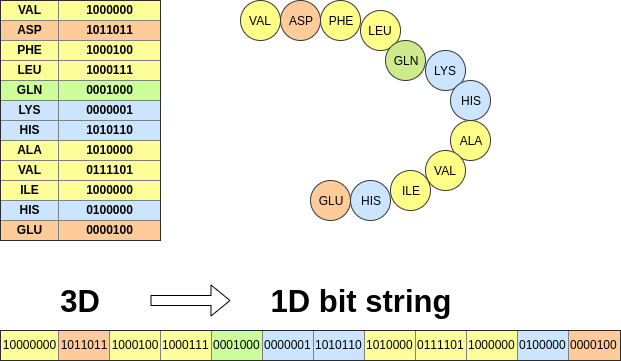
Earlier version of the draw.io export talktorials/11_online_apis/images/InteractionFingerprint_2.png (volkamerlab/teachopencadd). Source tidied: cells renumbered, new cells last; positions are measured from the earlier drawing's top-left corner, leaving out a move shared by most shapes. The source it was exported from:
```xml
<mxGraphModel>
  <root>
    <mxCell id="0" />
    <mxCell id="1" parent="0" />
    <mxCell id="2" value="&lt;table border=&quot;1&quot; width=&quot;100%&quot; style=&quot;width: 100% ; height: 100% ; border-collapse: collapse&quot;&gt;&lt;tbody&gt;&lt;tr&gt;&lt;td style=&quot;background-color: rgb(255 , 255 , 153)&quot;&gt;&lt;b&gt;VAL&lt;/b&gt;&lt;/td&gt;&lt;td style=&quot;background-color: rgb(255 , 255 , 153)&quot;&gt;&lt;b&gt;1000000&lt;/b&gt;&lt;/td&gt;&lt;/tr&gt;&lt;tr&gt;&lt;td style=&quot;background-color: rgb(255 , 204 , 153)&quot;&gt;&lt;b&gt;ASP&lt;/b&gt;&lt;/td&gt;&lt;td style=&quot;background-color: rgb(255 , 204 , 153)&quot;&gt;&lt;b&gt;1011011&lt;/b&gt;&lt;/td&gt;&lt;/tr&gt;&lt;tr&gt;&lt;td style=&quot;background-color: rgb(255 , 255 , 153)&quot;&gt;&lt;b&gt;PHE&lt;/b&gt;&lt;/td&gt;&lt;td style=&quot;background-color: rgb(255 , 255 , 153)&quot;&gt;&lt;b&gt;1000100&lt;/b&gt;&lt;/td&gt;&lt;/tr&gt;&lt;tr&gt;&lt;td style=&quot;background-color: rgb(255 , 255 , 153)&quot;&gt;&lt;b&gt;LEU&lt;/b&gt;&lt;/td&gt;&lt;td style=&quot;background-color: rgb(255 , 255 , 153)&quot;&gt;&lt;b&gt;1000111&lt;/b&gt;&lt;/td&gt;&lt;/tr&gt;&lt;tr&gt;&lt;td style=&quot;background-color: rgb(204 , 255 , 153)&quot;&gt;&lt;b&gt;GLN&lt;/b&gt;&lt;/td&gt;&lt;td style=&quot;background-color: rgb(204 , 255 , 153)&quot;&gt;&lt;b&gt;0001000&lt;/b&gt;&lt;/td&gt;&lt;/tr&gt;&lt;tr&gt;&lt;td style=&quot;background-color: rgb(204 , 229 , 255)&quot;&gt;&lt;b&gt;LYS&lt;/b&gt;&lt;/td&gt;&lt;td style=&quot;background-color: rgb(204 , 229 , 255)&quot;&gt;&lt;b&gt;0000001&lt;/b&gt;&lt;/td&gt;&lt;/tr&gt;&lt;tr&gt;&lt;td style=&quot;background-color: rgb(204 , 229 , 255)&quot;&gt;&lt;b&gt;HIS&lt;/b&gt;&lt;/td&gt;&lt;td style=&quot;background-color: rgb(204 , 229 , 255)&quot;&gt;&lt;b&gt;1010110&lt;/b&gt;&lt;/td&gt;&lt;/tr&gt;&lt;tr&gt;&lt;td style=&quot;background-color: rgb(255 , 255 , 153)&quot;&gt;&lt;b&gt;ALA&lt;/b&gt;&lt;/td&gt;&lt;td style=&quot;background-color: rgb(255 , 255 , 153)&quot;&gt;&lt;b&gt;1010000&lt;/b&gt;&lt;/td&gt;&lt;/tr&gt;&lt;tr&gt;&lt;td style=&quot;background-color: rgb(255 , 255 , 153)&quot;&gt;&lt;b&gt;VAL&lt;/b&gt;&lt;/td&gt;&lt;td style=&quot;background-color: rgb(255 , 255 , 153)&quot;&gt;&lt;b&gt;0111101&lt;/b&gt;&lt;/td&gt;&lt;/tr&gt;&lt;tr&gt;&lt;td style=&quot;background-color: rgb(255 , 255 , 153)&quot;&gt;&lt;b&gt;ILE&lt;/b&gt;&lt;/td&gt;&lt;td style=&quot;background-color: rgb(255 , 255 , 153)&quot;&gt;&lt;b&gt;1000000&lt;/b&gt;&lt;/td&gt;&lt;/tr&gt;&lt;tr&gt;&lt;td style=&quot;background-color: rgb(204 , 229 , 255)&quot;&gt;&lt;b&gt;HIS&lt;/b&gt;&lt;/td&gt;&lt;td style=&quot;background-color: rgb(204 , 229 , 255)&quot;&gt;&lt;b&gt;0100000&lt;/b&gt;&lt;/td&gt;&lt;/tr&gt;&lt;tr&gt;&lt;td style=&quot;background-color: rgb(255 , 204 , 153)&quot;&gt;&lt;b&gt;GLU&lt;/b&gt;&lt;/td&gt;&lt;td style=&quot;background-color: rgb(255 , 204 , 153)&quot;&gt;&lt;b&gt;0000100&lt;/b&gt;&lt;/td&gt;&lt;/tr&gt;&lt;/tbody&gt;&lt;/table&gt;" style="text;html=1;strokeColor=none;fillColor=none;overflow=fill;align=center;" parent="1" vertex="1">
      <mxGeometry width="160" height="240" as="geometry" />
    </mxCell>
    <mxCell id="3" value="3D" style="text;html=1;strokeColor=none;fillColor=none;align=center;verticalAlign=middle;whiteSpace=wrap;rounded=0;fontStyle=1;fontSize=31;" parent="1" vertex="1">
      <mxGeometry x="40" y="280" width="80" height="40" as="geometry" />
    </mxCell>
    <mxCell id="4" value="1D bit string" style="text;html=1;strokeColor=none;fillColor=none;align=center;verticalAlign=middle;whiteSpace=wrap;rounded=0;fontStyle=1;fontSize=31;" parent="1" vertex="1">
      <mxGeometry x="240" y="280" width="240" height="40" as="geometry" />
    </mxCell>
    <mxCell id="5" style="shape=flexArrow;endArrow=classic;html=1;fontSize=31;" parent="1" edge="1">
      <mxGeometry relative="1" as="geometry">
        <mxPoint x="150" y="300" as="sourcePoint" />
        <mxPoint x="230" y="300" as="targetPoint" />
      </mxGeometry>
    </mxCell>
    <mxCell id="6" style="ellipse;whiteSpace=wrap;html=1;fontSize=12;fillColor=#ffff88;strokeColor=#36393d;" parent="1" vertex="1">
      <mxGeometry x="240" width="40" height="40" as="geometry" />
    </mxCell>
    <mxCell id="7" style="ellipse;whiteSpace=wrap;html=1;fontSize=12;fillColor=#ffcc99;strokeColor=#36393d;" parent="1" vertex="1">
      <mxGeometry x="280" width="40" height="40" as="geometry" />
    </mxCell>
    <mxCell id="8" style="ellipse;whiteSpace=wrap;html=1;fontSize=12;fillColor=#ffff88;strokeColor=#36393d;" parent="1" vertex="1">
      <mxGeometry x="320" width="40" height="40" as="geometry" />
    </mxCell>
    <mxCell id="9" style="ellipse;whiteSpace=wrap;html=1;fontSize=12;fillColor=#ffff88;strokeColor=#36393d;" parent="1" vertex="1">
      <mxGeometry x="360" y="10" width="40" height="40" as="geometry" />
    </mxCell>
    <mxCell id="10" style="ellipse;whiteSpace=wrap;html=1;fontSize=12;fillColor=#cdeb8b;strokeColor=#36393d;" parent="1" vertex="1">
      <mxGeometry x="385" y="40" width="40" height="40" as="geometry" />
    </mxCell>
    <mxCell id="11" style="ellipse;whiteSpace=wrap;html=1;fontSize=12;fillColor=#cce5ff;strokeColor=#36393d;" parent="1" vertex="1">
      <mxGeometry x="425" y="50" width="40" height="40" as="geometry" />
    </mxCell>
    <mxCell id="12" style="ellipse;whiteSpace=wrap;html=1;fontSize=12;fillColor=#cce5ff;strokeColor=#36393d;" parent="1" vertex="1">
      <mxGeometry x="450" y="80" width="40" height="40" as="geometry" />
    </mxCell>
    <mxCell id="13" style="ellipse;whiteSpace=wrap;html=1;fontSize=12;fillColor=#ffff88;strokeColor=#36393d;" parent="1" vertex="1">
      <mxGeometry x="450" y="120" width="40" height="40" as="geometry" />
    </mxCell>
    <mxCell id="14" style="ellipse;whiteSpace=wrap;html=1;fontSize=12;fillColor=#ffff88;strokeColor=#36393d;" parent="1" vertex="1">
      <mxGeometry x="425" y="150" width="40" height="40" as="geometry" />
    </mxCell>
    <mxCell id="15" style="ellipse;whiteSpace=wrap;html=1;fontSize=12;fillColor=#ffff88;strokeColor=#36393d;" parent="1" vertex="1">
      <mxGeometry x="390" y="170" width="40" height="40" as="geometry" />
    </mxCell>
    <mxCell id="16" style="ellipse;whiteSpace=wrap;html=1;fontSize=12;fillColor=#cce5ff;strokeColor=#36393d;" parent="1" vertex="1">
      <mxGeometry x="350" y="180" width="40" height="40" as="geometry" />
    </mxCell>
    <mxCell id="17" style="ellipse;whiteSpace=wrap;html=1;fontSize=12;fillColor=#ffcc99;strokeColor=#36393d;" parent="1" vertex="1">
      <mxGeometry x="310" y="180" width="40" height="40" as="geometry" />
    </mxCell>
    <mxCell id="18" value="VAL" style="text;html=1;strokeColor=none;fillColor=none;align=center;verticalAlign=middle;whiteSpace=wrap;rounded=0;fontSize=12;" parent="1" vertex="1">
      <mxGeometry x="240" y="10" width="40" height="20" as="geometry" />
    </mxCell>
    <mxCell id="19" value="ASP" style="text;html=1;strokeColor=none;fillColor=none;align=center;verticalAlign=middle;whiteSpace=wrap;rounded=0;fontSize=12;" parent="1" vertex="1">
      <mxGeometry x="280" y="10" width="40" height="20" as="geometry" />
    </mxCell>
    <mxCell id="20" value="PHE" style="text;html=1;strokeColor=none;fillColor=none;align=center;verticalAlign=middle;whiteSpace=wrap;rounded=0;fontSize=12;" parent="1" vertex="1">
      <mxGeometry x="320" y="10" width="40" height="20" as="geometry" />
    </mxCell>
    <mxCell id="21" value="LEU" style="text;html=1;strokeColor=none;fillColor=none;align=center;verticalAlign=middle;whiteSpace=wrap;rounded=0;fontSize=12;" parent="1" vertex="1">
      <mxGeometry x="360" y="20" width="40" height="20" as="geometry" />
    </mxCell>
    <mxCell id="22" value="GLN" style="text;html=1;strokeColor=none;fillColor=none;align=center;verticalAlign=middle;whiteSpace=wrap;rounded=0;fontSize=12;" parent="1" vertex="1">
      <mxGeometry x="385" y="50" width="40" height="20" as="geometry" />
    </mxCell>
    <mxCell id="23" value="LYS" style="text;html=1;strokeColor=none;fillColor=none;align=center;verticalAlign=middle;whiteSpace=wrap;rounded=0;fontSize=12;" parent="1" vertex="1">
      <mxGeometry x="425" y="60" width="40" height="20" as="geometry" />
    </mxCell>
    <mxCell id="24" value="HIS" style="text;html=1;strokeColor=none;fillColor=none;align=center;verticalAlign=middle;whiteSpace=wrap;rounded=0;fontSize=12;" parent="1" vertex="1">
      <mxGeometry x="450" y="90" width="40" height="20" as="geometry" />
    </mxCell>
    <mxCell id="25" value="ALA" style="text;html=1;strokeColor=none;fillColor=none;align=center;verticalAlign=middle;whiteSpace=wrap;rounded=0;fontSize=12;" parent="1" vertex="1">
      <mxGeometry x="450" y="130" width="40" height="20" as="geometry" />
    </mxCell>
    <mxCell id="26" value="VAL" style="text;html=1;strokeColor=none;fillColor=none;align=center;verticalAlign=middle;whiteSpace=wrap;rounded=0;fontSize=12;" parent="1" vertex="1">
      <mxGeometry x="425" y="160" width="40" height="20" as="geometry" />
    </mxCell>
    <mxCell id="27" value="ILE" style="text;html=1;strokeColor=none;fillColor=none;align=center;verticalAlign=middle;whiteSpace=wrap;rounded=0;fontSize=12;" parent="1" vertex="1">
      <mxGeometry x="390" y="180" width="40" height="20" as="geometry" />
    </mxCell>
    <mxCell id="28" value="HIS" style="text;html=1;strokeColor=none;fillColor=none;align=center;verticalAlign=middle;whiteSpace=wrap;rounded=0;fontSize=12;" parent="1" vertex="1">
      <mxGeometry x="350" y="190" width="40" height="20" as="geometry" />
    </mxCell>
    <mxCell id="29" value="GLU" style="text;html=1;strokeColor=none;fillColor=none;align=center;verticalAlign=middle;whiteSpace=wrap;rounded=0;fontSize=12;" parent="1" vertex="1">
      <mxGeometry x="310" y="190" width="40" height="20" as="geometry" />
    </mxCell>
    <mxCell id="30" value="&lt;table border=&quot;1&quot; width=&quot;100%&quot; style=&quot;width: 100% ; height: 100% ; border-collapse: collapse&quot;&gt;&lt;tbody&gt;&lt;tr&gt;&lt;td align=&quot;center&quot; style=&quot;background-color: rgb(255 , 255 , 153)&quot;&gt;10000000&lt;/td&gt;&lt;td align=&quot;center&quot; style=&quot;background-color: rgb(255 , 204 , 153)&quot;&gt;1011011&lt;/td&gt;&lt;td align=&quot;center&quot; style=&quot;background-color: rgb(255 , 255 , 153)&quot;&gt;1000100&lt;/td&gt;&lt;td style=&quot;background-color: rgb(255 , 255 , 153)&quot;&gt;1000111&lt;/td&gt;&lt;td style=&quot;background-color: rgb(204 , 255 , 153)&quot;&gt;0001000&lt;/td&gt;&lt;td style=&quot;background-color: rgb(204 , 229 , 255)&quot;&gt;0000001&lt;/td&gt;&lt;td style=&quot;background-color: rgb(204 , 229 , 255)&quot;&gt;1010110&lt;/td&gt;&lt;td style=&quot;background-color: rgb(255 , 255 , 153)&quot;&gt;1010000&lt;/td&gt;&lt;td style=&quot;background-color: rgb(255 , 255 , 153)&quot;&gt;0111101&lt;/td&gt;&lt;td style=&quot;background-color: rgb(255 , 255 , 153)&quot;&gt;1000000&lt;/td&gt;&lt;td style=&quot;background-color: rgb(204 , 229 , 255)&quot;&gt;0100000&lt;/td&gt;&lt;td style=&quot;background-color: rgb(255 , 204 , 153)&quot;&gt;0000100&lt;/td&gt;&lt;/tr&gt;&lt;/tbody&gt;&lt;/table&gt;" style="text;html=1;strokeColor=none;fillColor=none;overflow=fill;fontSize=12;" parent="1" vertex="1">
      <mxGeometry y="330" width="620" height="30" as="geometry" />
    </mxCell>
  </root>
</mxGraphModel>
```
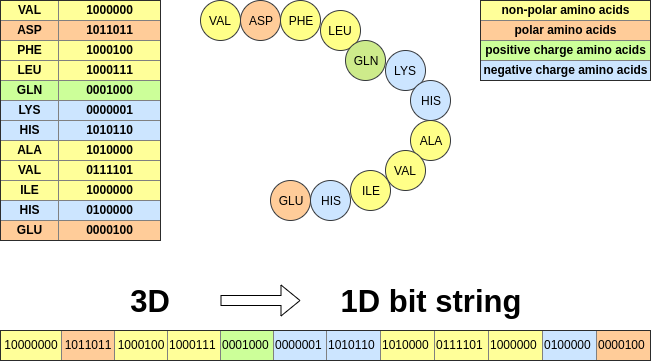
The same file after the commit.

Change to the diagram source:
```diff
@@ -3,18 +3,18 @@
     <mxCell id="0" />
     <mxCell id="1" parent="0" />
     <mxCell id="2" value="&lt;table border=&quot;1&quot; width=&quot;100%&quot; style=&quot;width: 100% ; height: 100% ; border-collapse: collapse&quot;&gt;&lt;tbody&gt;&lt;tr&gt;&lt;td style=&quot;background-color: rgb(255 , 255 , 153)&quot;&gt;&lt;b&gt;VAL&lt;/b&gt;&lt;/td&gt;&lt;td style=&quot;background-color: rgb(255 , 255 , 153)&quot;&gt;&lt;b&gt;1000000&lt;/b&gt;&lt;/td&gt;&lt;/tr&gt;&lt;tr&gt;&lt;td style=&quot;background-color: rgb(255 , 204 , 153)&quot;&gt;&lt;b&gt;ASP&lt;/b&gt;&lt;/td&gt;&lt;td style=&quot;background-color: rgb(255 , 204 , 153)&quot;&gt;&lt;b&gt;1011011&lt;/b&gt;&lt;/td&gt;&lt;/tr&gt;&lt;tr&gt;&lt;td style=&quot;background-color: rgb(255 , 255 , 153)&quot;&gt;&lt;b&gt;PHE&lt;/b&gt;&lt;/td&gt;&lt;td style=&quot;background-color: rgb(255 , 255 , 153)&quot;&gt;&lt;b&gt;1000100&lt;/b&gt;&lt;/td&gt;&lt;/tr&gt;&lt;tr&gt;&lt;td style=&quot;background-color: rgb(255 , 255 , 153)&quot;&gt;&lt;b&gt;LEU&lt;/b&gt;&lt;/td&gt;&lt;td style=&quot;background-color: rgb(255 , 255 , 153)&quot;&gt;&lt;b&gt;1000111&lt;/b&gt;&lt;/td&gt;&lt;/tr&gt;&lt;tr&gt;&lt;td style=&quot;background-color: rgb(204 , 255 , 153)&quot;&gt;&lt;b&gt;GLN&lt;/b&gt;&lt;/td&gt;&lt;td style=&quot;background-color: rgb(204 , 255 , 153)&quot;&gt;&lt;b&gt;0001000&lt;/b&gt;&lt;/td&gt;&lt;/tr&gt;&lt;tr&gt;&lt;td style=&quot;background-color: rgb(204 , 229 , 255)&quot;&gt;&lt;b&gt;LYS&lt;/b&gt;&lt;/td&gt;&lt;td style=&quot;background-color: rgb(204 , 229 , 255)&quot;&gt;&lt;b&gt;0000001&lt;/b&gt;&lt;/td&gt;&lt;/tr&gt;&lt;tr&gt;&lt;td style=&quot;background-color: rgb(204 , 229 , 255)&quot;&gt;&lt;b&gt;HIS&lt;/b&gt;&lt;/td&gt;&lt;td style=&quot;background-color: rgb(204 , 229 , 255)&quot;&gt;&lt;b&gt;1010110&lt;/b&gt;&lt;/td&gt;&lt;/tr&gt;&lt;tr&gt;&lt;td style=&quot;background-color: rgb(255 , 255 , 153)&quot;&gt;&lt;b&gt;ALA&lt;/b&gt;&lt;/td&gt;&lt;td style=&quot;background-color: rgb(255 , 255 , 153)&quot;&gt;&lt;b&gt;1010000&lt;/b&gt;&lt;/td&gt;&lt;/tr&gt;&lt;tr&gt;&lt;td style=&quot;background-color: rgb(255 , 255 , 153)&quot;&gt;&lt;b&gt;VAL&lt;/b&gt;&lt;/td&gt;&lt;td style=&quot;background-color: rgb(255 , 255 , 153)&quot;&gt;&lt;b&gt;0111101&lt;/b&gt;&lt;/td&gt;&lt;/tr&gt;&lt;tr&gt;&lt;td style=&quot;background-color: rgb(255 , 255 , 153)&quot;&gt;&lt;b&gt;ILE&lt;/b&gt;&lt;/td&gt;&lt;td style=&quot;background-color: rgb(255 , 255 , 153)&quot;&gt;&lt;b&gt;1000000&lt;/b&gt;&lt;/td&gt;&lt;/tr&gt;&lt;tr&gt;&lt;td style=&quot;background-color: rgb(204 , 229 , 255)&quot;&gt;&lt;b&gt;HIS&lt;/b&gt;&lt;/td&gt;&lt;td style=&quot;background-color: rgb(204 , 229 , 255)&quot;&gt;&lt;b&gt;0100000&lt;/b&gt;&lt;/td&gt;&lt;/tr&gt;&lt;tr&gt;&lt;td style=&quot;background-color: rgb(255 , 204 , 153)&quot;&gt;&lt;b&gt;GLU&lt;/b&gt;&lt;/td&gt;&lt;td style=&quot;background-color: rgb(255 , 204 , 153)&quot;&gt;&lt;b&gt;0000100&lt;/b&gt;&lt;/td&gt;&lt;/tr&gt;&lt;/tbody&gt;&lt;/table&gt;" style="text;html=1;strokeColor=none;fillColor=none;overflow=fill;align=center;" parent="1" vertex="1">
-      <mxGeometry width="160" height="240" as="geometry" />
+      <mxGeometry x="40" width="160" height="240" as="geometry" />
     </mxCell>
     <mxCell id="3" value="3D" style="text;html=1;strokeColor=none;fillColor=none;align=center;verticalAlign=middle;whiteSpace=wrap;rounded=0;fontStyle=1;fontSize=31;" parent="1" vertex="1">
-      <mxGeometry x="40" y="280" width="80" height="40" as="geometry" />
+      <mxGeometry x="150" y="280" width="80" height="40" as="geometry" />
     </mxCell>
     <mxCell id="4" value="1D bit string" style="text;html=1;strokeColor=none;fillColor=none;align=center;verticalAlign=middle;whiteSpace=wrap;rounded=0;fontStyle=1;fontSize=31;" parent="1" vertex="1">
-      <mxGeometry x="240" y="280" width="240" height="40" as="geometry" />
+      <mxGeometry x="350" y="280" width="240" height="40" as="geometry" />
     </mxCell>
     <mxCell id="5" style="shape=flexArrow;endArrow=classic;html=1;fontSize=31;" parent="1" edge="1">
       <mxGeometry relative="1" as="geometry">
-        <mxPoint x="150" y="300" as="sourcePoint" />
-        <mxPoint x="230" y="300" as="targetPoint" />
+        <mxPoint x="260" y="300" as="sourcePoint" />
+        <mxPoint x="340" y="300" as="targetPoint" />
       </mxGeometry>
     </mxCell>
     <mxCell id="6" style="ellipse;whiteSpace=wrap;html=1;fontSize=12;fillColor=#ffff88;strokeColor=#36393d;" parent="1" vertex="1">
@@ -90,7 +90,10 @@
       <mxGeometry x="310" y="190" width="40" height="20" as="geometry" />
     </mxCell>
     <mxCell id="30" value="&lt;table border=&quot;1&quot; width=&quot;100%&quot; style=&quot;width: 100% ; height: 100% ; border-collapse: collapse&quot;&gt;&lt;tbody&gt;&lt;tr&gt;&lt;td align=&quot;center&quot; style=&quot;background-color: rgb(255 , 255 , 153)&quot;&gt;10000000&lt;/td&gt;&lt;td align=&quot;center&quot; style=&quot;background-color: rgb(255 , 204 , 153)&quot;&gt;1011011&lt;/td&gt;&lt;td align=&quot;center&quot; style=&quot;background-color: rgb(255 , 255 , 153)&quot;&gt;1000100&lt;/td&gt;&lt;td style=&quot;background-color: rgb(255 , 255 , 153)&quot;&gt;1000111&lt;/td&gt;&lt;td style=&quot;background-color: rgb(204 , 255 , 153)&quot;&gt;0001000&lt;/td&gt;&lt;td style=&quot;background-color: rgb(204 , 229 , 255)&quot;&gt;0000001&lt;/td&gt;&lt;td style=&quot;background-color: rgb(204 , 229 , 255)&quot;&gt;1010110&lt;/td&gt;&lt;td style=&quot;background-color: rgb(255 , 255 , 153)&quot;&gt;1010000&lt;/td&gt;&lt;td style=&quot;background-color: rgb(255 , 255 , 153)&quot;&gt;0111101&lt;/td&gt;&lt;td style=&quot;background-color: rgb(255 , 255 , 153)&quot;&gt;1000000&lt;/td&gt;&lt;td style=&quot;background-color: rgb(204 , 229 , 255)&quot;&gt;0100000&lt;/td&gt;&lt;td style=&quot;background-color: rgb(255 , 204 , 153)&quot;&gt;0000100&lt;/td&gt;&lt;/tr&gt;&lt;/tbody&gt;&lt;/table&gt;" style="text;html=1;strokeColor=none;fillColor=none;overflow=fill;fontSize=12;" parent="1" vertex="1">
-      <mxGeometry y="330" width="620" height="30" as="geometry" />
+      <mxGeometry x="40" y="330" width="650" height="30" as="geometry" />
     </mxCell>
+    <mxCell id="31" value="&lt;table border=&quot;1&quot; width=&quot;100%&quot; style=&quot;width: 100% ; height: 100% ; border-collapse: collapse&quot;&gt;&lt;tbody&gt;&lt;tr&gt;&lt;td style=&quot;background-color: rgb(255 , 255 , 153)&quot;&gt;&lt;b&gt;non-polar amino acids&lt;br&gt;&lt;/b&gt;&lt;/td&gt;&lt;/tr&gt;&lt;tr&gt;&lt;td style=&quot;background-color: rgb(255 , 204 , 153)&quot;&gt;&lt;b&gt;polar amino acids&lt;br&gt;&lt;/b&gt;&lt;/td&gt;&lt;/tr&gt;&lt;tr&gt;&lt;td style=&quot;background-color: rgb(204 , 255 , 153)&quot;&gt;&lt;b&gt;positive charge amino acids&lt;br&gt;&lt;/b&gt;&lt;/td&gt;&lt;/tr&gt;&lt;tr&gt;&lt;td style=&quot;background-color: rgb(204 , 229 , 255)&quot;&gt;&lt;b&gt;negative charge&amp;nbsp;amino acids&lt;/b&gt;&lt;br&gt;&lt;/td&gt;&lt;/tr&gt;&lt;/tbody&gt;&lt;/table&gt;" style="text;html=1;strokeColor=none;fillColor=none;overflow=fill;align=center;" parent="1" vertex="1">
+      <mxGeometry x="520" width="170" height="80" as="geometry" />
+    </mxCell>
   </root>
 </mxGraphModel>
```
